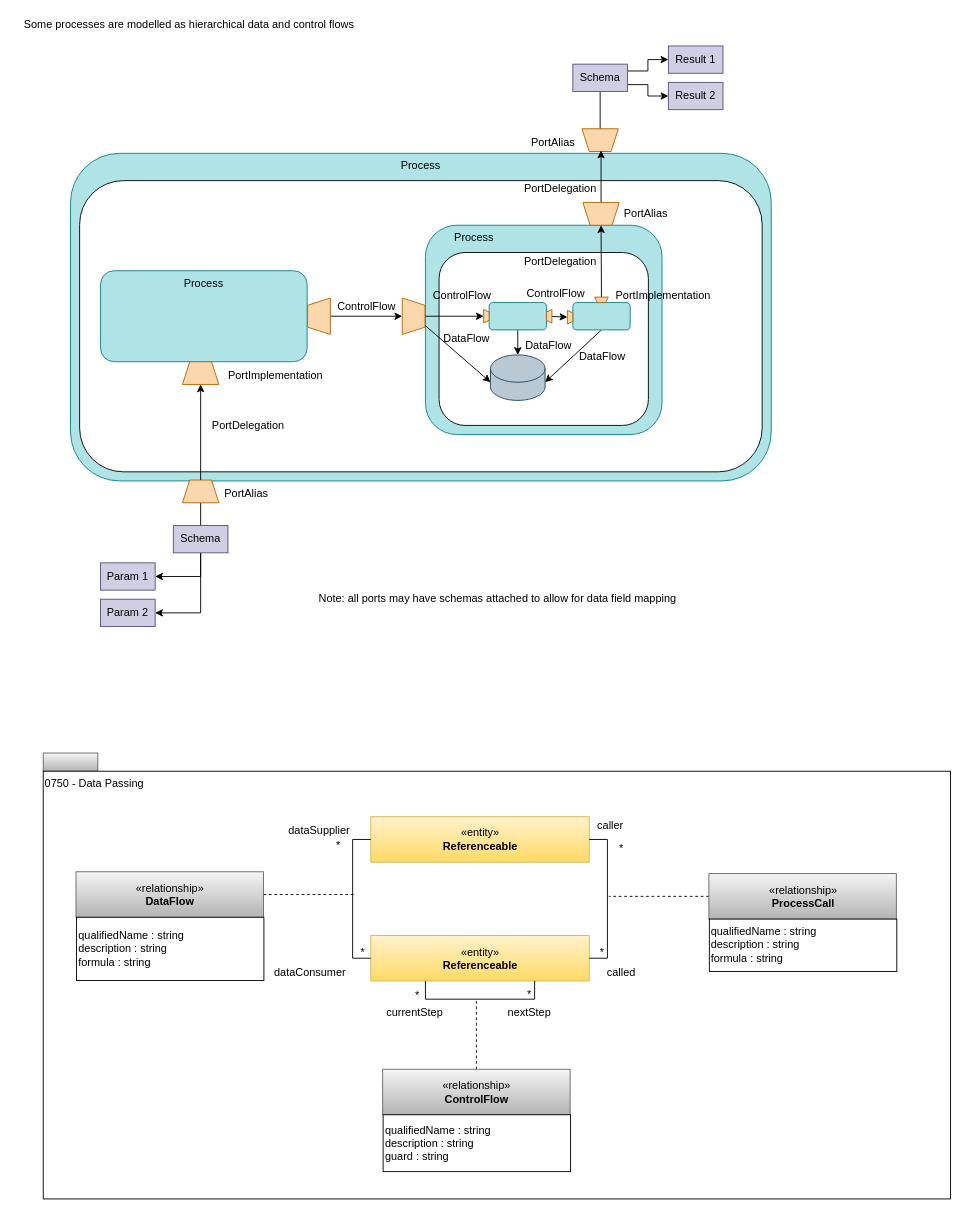
Earlier version of the draw.io diagram page "complex-processes" (4 of 8) of site/docs/features/lineage-management/lineage.drawio (odpi/egeria-docs). Source tidied: cells renumbered, new cells numbered last; positions are measured from the earlier drawing's top-left corner, leaving out a move shared by most shapes. Both pictures are drawn from the tidied source at 91%, with x=0, y=0 at pixel (15, 15).
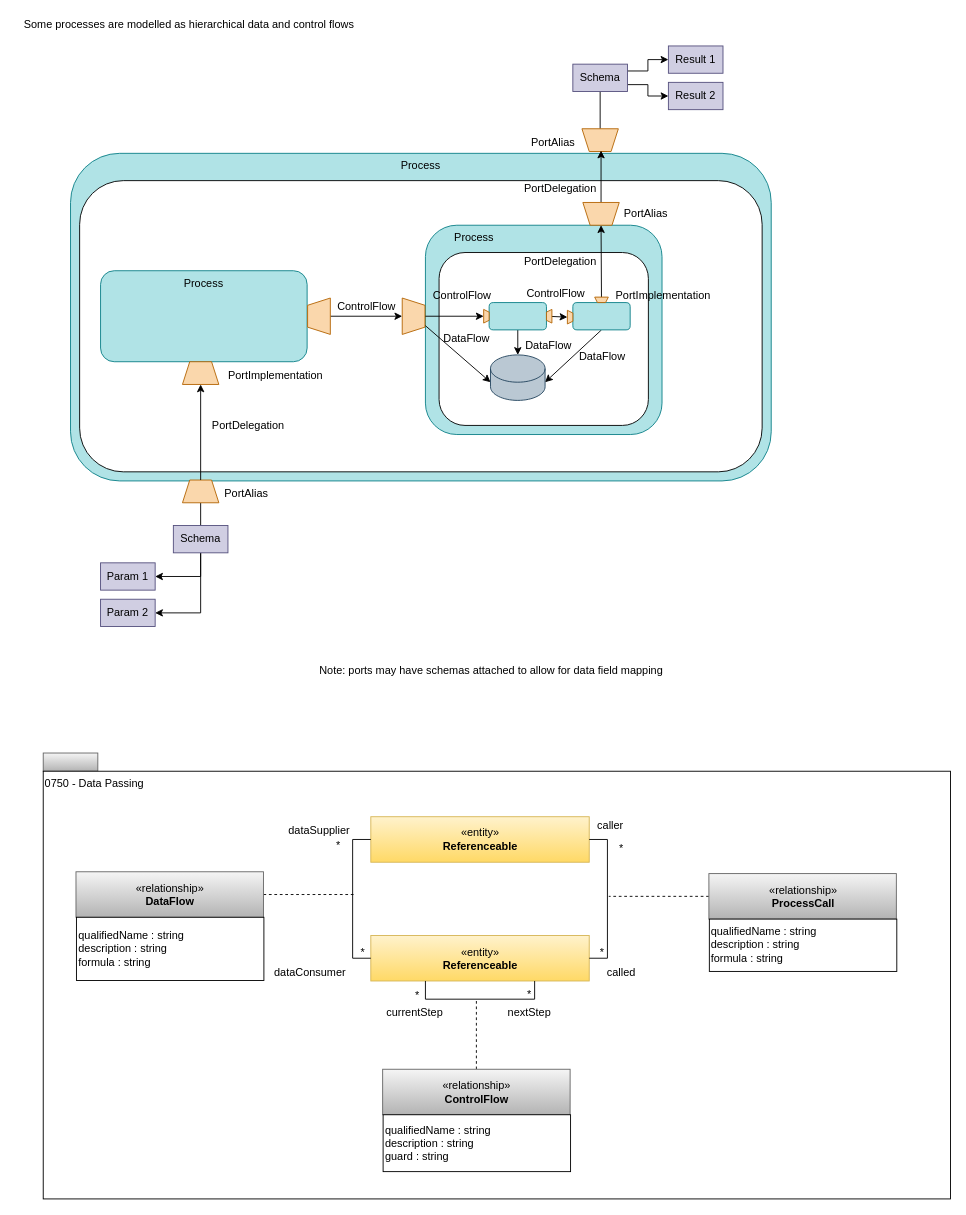
After the change.

The edit, as a diff of the source:
```diff
@@
-    <mxCell id="58" value="Note: all ports may have schemas attached to allow for data field mapping" style="text;html=1;align=center;verticalAlign=middle;" parent="1" vertex="1">
-      <mxGeometry x="323.5" y="631" width="410" height="20" as="geometry" />
+    <mxCell id="58" value="Note: ports may have schemas attached to allow for data field mapping" style="text;html=1;align=center;verticalAlign=middle;" parent="1" vertex="1">
+      <mxGeometry x="327" y="710" width="390" height="20" as="geometry" />
     </mxCell>
```
